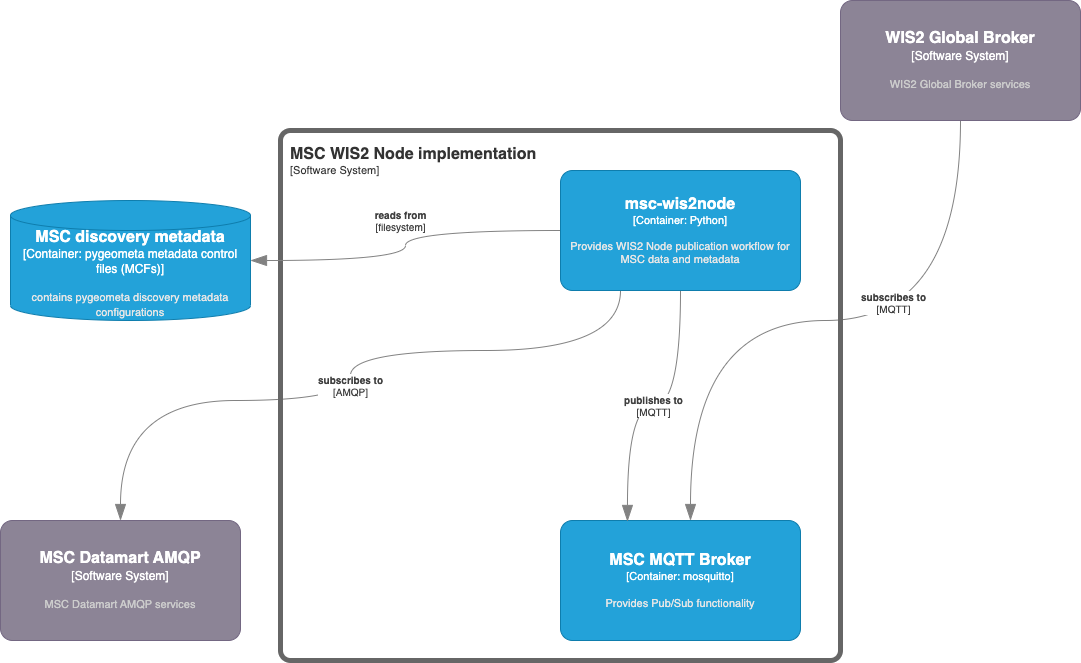
ECCC-MSC/msc-wis2node keeps this draw.io diagram as docs/architecture/c4-container.png. Above is the earlier version. Source tidied: cells renumbered, new cells last; positions are measured from the earlier drawing's top-left corner, leaving out a move shared by most shapes.
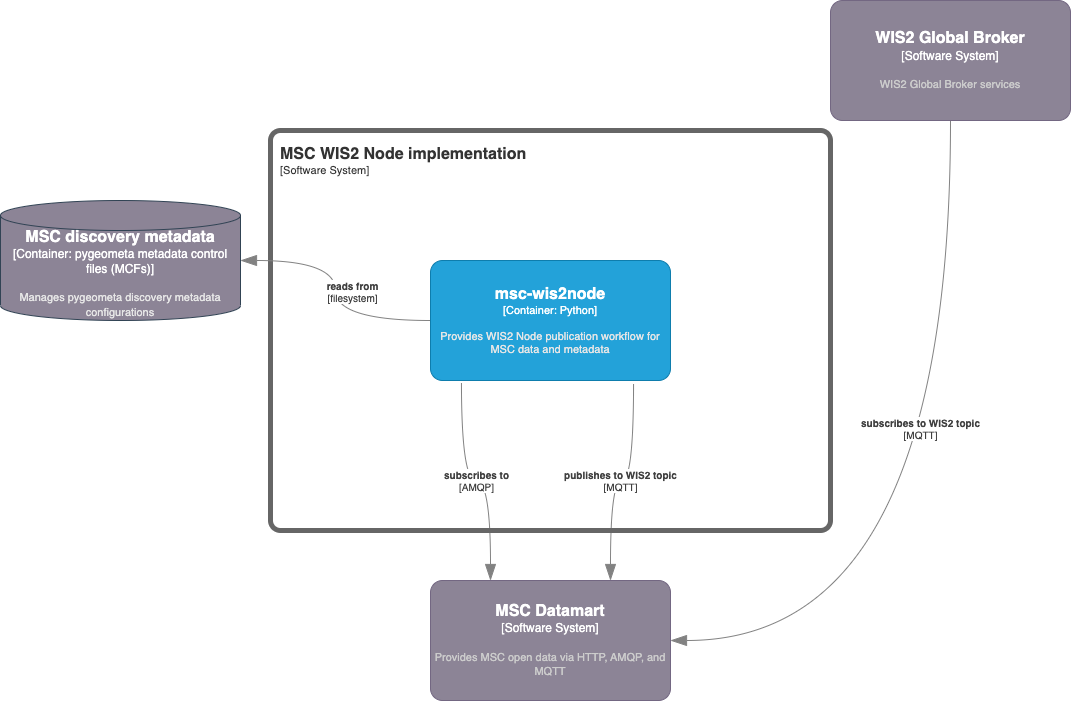
Above is the later version.

The edit, as a diff of the source:
```diff
@@ -2,32 +2,19 @@
   <root>
     <mxCell id="0" />
     <mxCell id="1" parent="0" />
-    <object id="2" label="&lt;font style=&quot;font-size: 16px&quot;&gt;&lt;b&gt;%c4Name%&lt;/b&gt;&lt;/font&gt;&lt;div&gt;[%c4Type%: %c4Technology%]&lt;/div&gt;&lt;br&gt;&lt;div&gt;&lt;font style=&quot;font-size: 11px&quot;&gt;&lt;font color=&quot;#E6E6E6&quot;&gt;%c4Description%&lt;/font&gt;&lt;/div&gt;" c4Description="Provides Pub/Sub functionality" c4Name="MSC MQTT Broker" c4Technology="mosquitto" c4Type="Container" placeholders="1">
-      <mxCell style="rounded=1;whiteSpace=wrap;html=1;fontSize=11;labelBackgroundColor=none;fillColor=#23A2D9;fontColor=#ffffff;align=center;arcSize=10;strokeColor=#0E7DAD;points=[[0.25,0,0],[0.5,0,0],[0.75,0,0],[1,0.25,0],[1,0.5,0],[1,0.75,0],[0.75,1,0],[0.5,1,0],[0.25,1,0],[0,0.75,0],[0,0.5,0],[0,0.25,0]];" parent="1" vertex="1">
-        <mxGeometry x="560" y="520" width="240" height="120" as="geometry" />
-      </mxCell>
-    </object>
     <object id="3" label="&lt;font style=&quot;font-size: 16px&quot;&gt;&lt;b&gt;%c4Name%&lt;/b&gt;&lt;/font&gt;&lt;div&gt;[%c4Type%: %c4Technology%]&lt;/div&gt;&lt;br&gt;&lt;div&gt;&lt;font style=&quot;font-size: 11px&quot;&gt;&lt;font color=&quot;#E6E6E6&quot;&gt;%c4Description%&lt;/font&gt;&lt;/div&gt;" c4Description="Provides WIS2 Node publication workflow for MSC data and metadata" c4Name="msc-wis2node" c4Technology="Python" c4Type="Container" placeholders="1">
       <mxCell style="rounded=1;whiteSpace=wrap;html=1;fontSize=11;labelBackgroundColor=none;fillColor=#23A2D9;fontColor=#ffffff;align=center;arcSize=10;strokeColor=#0E7DAD;points=[[0.25,0,0],[0.5,0,0],[0.75,0,0],[1,0.25,0],[1,0.5,0],[1,0.75,0],[0.75,1,0],[0.5,1,0],[0.25,1,0],[0,0.75,0],[0,0.5,0],[0,0.25,0]];" parent="1" vertex="1">
-        <mxGeometry x="560" y="170" width="240" height="120" as="geometry" />
+        <mxGeometry x="440" y="260" width="240" height="120" as="geometry" />
       </mxCell>
     </object>
-    <object id="4" label="&lt;font style=&quot;font-size: 16px&quot;&gt;&lt;b&gt;%c4Name%&lt;/b&gt;&lt;/font&gt;&lt;div&gt;[%c4Type%]&lt;/div&gt;&lt;br&gt;&lt;div&gt;&lt;font style=&quot;font-size: 11px&quot;&gt;&lt;font color=&quot;#cccccc&quot;&gt;%c4Description%&lt;/font&gt;&lt;/div&gt;" c4Description="MSC Datamart AMQP services" c4Name="MSC Datamart AMQP" c4Type="Software System" placeholders="1">
+    <object id="4" label="&lt;font style=&quot;font-size: 16px&quot;&gt;&lt;b&gt;%c4Name%&lt;/b&gt;&lt;/font&gt;&lt;div&gt;[%c4Type%]&lt;/div&gt;&lt;br&gt;&lt;div&gt;&lt;font style=&quot;font-size: 11px&quot;&gt;&lt;font color=&quot;#cccccc&quot;&gt;%c4Description%&lt;/font&gt;&lt;/div&gt;" c4Description="Provides MSC open data via HTTP, AMQP, and MQTT" c4Name="MSC Datamart" c4Type="Software System" placeholders="1">
       <mxCell style="rounded=1;whiteSpace=wrap;html=1;labelBackgroundColor=none;fillColor=#8C8496;fontColor=#ffffff;align=center;arcSize=10;strokeColor=#736782;points=[[0.25,0,0],[0.5,0,0],[0.75,0,0],[1,0.25,0],[1,0.5,0],[1,0.75,0],[0.75,1,0],[0.5,1,0],[0.25,1,0],[0,0.75,0],[0,0.5,0],[0,0.25,0]];" parent="1" vertex="1">
-        <mxGeometry y="520" width="240" height="120" as="geometry" />
+        <mxGeometry x="440" y="580" width="240" height="120" as="geometry" />
       </mxCell>
     </object>
     <object id="5" label="&lt;div style=&quot;text-align: left&quot;&gt;&lt;div style=&quot;text-align: center&quot;&gt;&lt;b&gt;%c4Description%&lt;/b&gt;&lt;/div&gt;&lt;div style=&quot;text-align: center&quot;&gt;[%c4Technology%]&lt;/div&gt;&lt;/div&gt;" c4Description="subscribes to" c4Technology="AMQP" c4Type="Relationship" placeholders="1">
-      <mxCell style="endArrow=blockThin;html=1;fontSize=10;fontColor=#404040;strokeWidth=1;endFill=1;strokeColor=#828282;elbow=vertical;endSize=14;startSize=14;jumpStyle=arc;jumpSize=16;rounded=0;edgeStyle=orthogonalEdgeStyle;exitX=0.25;exitY=1;exitDx=0;exitDy=0;exitPerimeter=0;curved=1;" parent="1" edge="1" source="3">
-        <mxGeometry relative="1" as="geometry">
-          <mxPoint x="120" y="520" as="targetPoint" />
-          <Array as="points">
-            <mxPoint x="620" y="350" />
-            <mxPoint x="350" y="350" />
-            <mxPoint x="350" y="400" />
-            <mxPoint x="120" y="400" />
-          </Array>
-        </mxGeometry>
+      <mxCell style="endArrow=blockThin;html=1;fontSize=10;fontColor=#404040;strokeWidth=1;endFill=1;strokeColor=#828282;elbow=vertical;endSize=14;startSize=14;jumpStyle=arc;jumpSize=16;rounded=0;edgeStyle=orthogonalEdgeStyle;exitX=0.129;exitY=1.017;exitDx=0;exitDy=0;exitPerimeter=0;curved=1;entryX=0.25;entryY=0;entryDx=0;entryDy=0;entryPerimeter=0;" parent="1" edge="1" source="3" target="4">
+        <mxGeometry relative="1" as="geometry" />
       </mxCell>
     </object>
     <object id="6" label="&lt;font style=&quot;font-size: 16px&quot;&gt;&lt;b&gt;%c4Name%&lt;/b&gt;&lt;/font&gt;&lt;div&gt;[%c4Type%]&lt;/div&gt;&lt;br&gt;&lt;div&gt;&lt;font style=&quot;font-size: 11px&quot;&gt;&lt;font color=&quot;#cccccc&quot;&gt;%c4Description%&lt;/font&gt;&lt;/div&gt;" c4Description="WIS2 Global Broker services" c4Name="WIS2 Global Broker" c4Type="Software System" placeholders="1">
@@ -35,30 +22,23 @@
         <mxGeometry x="840" width="240" height="120" as="geometry" />
       </mxCell>
     </object>
-    <object id="7" label="&lt;div style=&quot;text-align: left&quot;&gt;&lt;div style=&quot;text-align: center&quot;&gt;&lt;b&gt;%c4Description%&lt;/b&gt;&lt;/div&gt;&lt;div style=&quot;text-align: center&quot;&gt;[%c4Technology%]&lt;/div&gt;&lt;/div&gt;" c4Description="subscribes to" c4Technology="MQTT" c4Type="Relationship" placeholders="1">
-      <mxCell style="endArrow=blockThin;html=1;fontSize=10;fontColor=#404040;strokeWidth=1;endFill=1;strokeColor=#828282;elbow=vertical;endSize=14;startSize=14;jumpStyle=arc;jumpSize=16;rounded=0;edgeStyle=orthogonalEdgeStyle;exitX=0.5;exitY=1;exitDx=0;exitDy=0;exitPerimeter=0;curved=1;" parent="1" edge="1" source="6">
-        <mxGeometry x="-0.2" y="-18" relative="1" as="geometry">
-          <mxPoint x="690" y="520" as="targetPoint" />
-          <Array as="points">
-            <mxPoint x="960" y="320" />
-            <mxPoint x="690" y="320" />
-            <mxPoint x="690" y="520" />
-          </Array>
-        </mxGeometry>
+    <object id="7" label="&lt;div style=&quot;text-align: left&quot;&gt;&lt;div style=&quot;text-align: center&quot;&gt;&lt;b&gt;%c4Description%&lt;/b&gt;&lt;/div&gt;&lt;div style=&quot;text-align: center&quot;&gt;[%c4Technology%]&lt;/div&gt;&lt;/div&gt;" c4Description="subscribes to WIS2 topic" c4Technology="MQTT" c4Type="Relationship" placeholders="1">
+      <mxCell style="endArrow=blockThin;html=1;fontSize=10;fontColor=#404040;strokeWidth=1;endFill=1;strokeColor=#828282;elbow=vertical;endSize=14;startSize=14;jumpStyle=arc;jumpSize=16;rounded=0;edgeStyle=orthogonalEdgeStyle;exitX=0.5;exitY=1;exitDx=0;exitDy=0;exitPerimeter=0;curved=1;entryX=1;entryY=0.5;entryDx=0;entryDy=0;entryPerimeter=0;" parent="1" edge="1" source="6" target="4">
+        <mxGeometry x="-0.23" y="-30" relative="1" as="geometry" />
       </mxCell>
     </object>
-    <object id="8" label="&lt;div style=&quot;text-align: left&quot;&gt;&lt;div style=&quot;text-align: center&quot;&gt;&lt;b&gt;%c4Description%&lt;/b&gt;&lt;/div&gt;&lt;div style=&quot;text-align: center&quot;&gt;[%c4Technology%]&lt;/div&gt;&lt;/div&gt;" c4Description="publishes to" c4Technology="MQTT" c4Type="Relationship" placeholders="1">
-      <mxCell style="endArrow=blockThin;html=1;fontSize=10;fontColor=#404040;strokeWidth=1;endFill=1;strokeColor=#828282;elbow=vertical;endSize=14;startSize=14;jumpStyle=arc;jumpSize=16;rounded=0;edgeStyle=orthogonalEdgeStyle;exitX=0.5;exitY=1;exitDx=0;exitDy=0;exitPerimeter=0;entryX=0.279;entryY=0.008;entryDx=0;entryDy=0;entryPerimeter=0;curved=1;" parent="1" edge="1" source="3" target="2">
+    <object id="8" label="&lt;div style=&quot;text-align: left&quot;&gt;&lt;div style=&quot;text-align: center&quot;&gt;&lt;b&gt;%c4Description%&lt;/b&gt;&lt;/div&gt;&lt;div style=&quot;text-align: center&quot;&gt;[%c4Technology%]&lt;/div&gt;&lt;/div&gt;" c4Description="publishes to WIS2 topic" c4Technology="MQTT" c4Type="Relationship" placeholders="1">
+      <mxCell style="endArrow=blockThin;html=1;fontSize=10;fontColor=#404040;strokeWidth=1;endFill=1;strokeColor=#828282;elbow=vertical;endSize=14;startSize=14;jumpStyle=arc;jumpSize=16;rounded=0;edgeStyle=orthogonalEdgeStyle;exitX=0.846;exitY=1.025;exitDx=0;exitDy=0;exitPerimeter=0;entryX=0.75;entryY=0;entryDx=0;entryDy=0;entryPerimeter=0;curved=1;" parent="1" edge="1" source="3" target="4">
         <mxGeometry relative="1" as="geometry" />
       </mxCell>
     </object>
     <object id="9" label="&lt;font style=&quot;font-size: 16px&quot;&gt;&lt;b&gt;&lt;div style=&quot;text-align: left&quot;&gt;%c4Name%&lt;/div&gt;&lt;/b&gt;&lt;/font&gt;&lt;div style=&quot;text-align: left&quot;&gt;[%c4Application%]&lt;/div&gt;" c4Application="Software System" c4Name="MSC WIS2 Node implementation" c4Type="SystemScopeBoundary" placeholders="1">
       <mxCell style="rounded=1;fontSize=11;whiteSpace=wrap;html=1;arcSize=20;fillColor=none;strokeColor=#666666;fontColor=#333333;labelBackgroundColor=none;align=left;verticalAlign=top;labelBorderColor=none;spacingTop=0;spacing=10;perimeter=rectanglePerimeter;noLabel=0;labelPadding=0;absoluteArcSize=1;strokeWidth=5;" parent="1" vertex="1">
-        <mxGeometry x="280" y="130" width="560" height="530" as="geometry" />
+        <mxGeometry x="280" y="130" width="560" height="400" as="geometry" />
       </mxCell>
     </object>
-    <object id="10" label="&lt;font style=&quot;font-size: 16px&quot;&gt;&lt;b&gt;%c4Type%&lt;/b&gt;&lt;/font&gt;&lt;div&gt;[%c4Container%:&amp;nbsp;%c4Technology%]&lt;/div&gt;&lt;br&gt;&lt;div&gt;&lt;font style=&quot;font-size: 11px&quot;&gt;&lt;font color=&quot;#E6E6E6&quot;&gt;%c4Description%&lt;/font&gt;&lt;/div&gt;" c4Container="Container" c4Description="contains pygeometa discovery metadata configurations" c4Technology="pygeometa metadata control files (MCFs)" c4Type="MSC discovery metadata" placeholders="1">
-      <mxCell style="shape=cylinder3;size=15;whiteSpace=wrap;html=1;boundedLbl=1;rounded=0;labelBackgroundColor=none;fillColor=#23A2D9;fontSize=12;fontColor=#ffffff;align=center;strokeColor=#0E7DAD;points=[[0.5,0,0],[1,0.25,0],[1,0.5,0],[1,0.75,0],[0.5,1,0],[0,0.75,0],[0,0.5,0],[0,0.25,0]];" parent="1" vertex="1">
+    <object id="10" label="&lt;font style=&quot;font-size: 16px&quot;&gt;&lt;b&gt;%c4Type%&lt;/b&gt;&lt;/font&gt;&lt;div&gt;[%c4Container%:&amp;nbsp;%c4Technology%]&lt;/div&gt;&lt;br&gt;&lt;div&gt;&lt;font style=&quot;font-size: 11px&quot;&gt;&lt;font color=&quot;#E6E6E6&quot;&gt;%c4Description%&lt;/font&gt;&lt;/div&gt;" c4Container="Container" c4Description="Manages pygeometa discovery metadata configurations" c4Technology="pygeometa metadata control files (MCFs)" c4Type="MSC discovery metadata" placeholders="1">
+      <mxCell style="shape=cylinder3;size=15;whiteSpace=wrap;html=1;boundedLbl=1;rounded=0;labelBackgroundColor=none;fillColor=#8c8496;fontSize=12;align=center;strokeColor=#314354;points=[[0.5,0,0],[1,0.25,0],[1,0.5,0],[1,0.75,0],[0.5,1,0],[0,0.75,0],[0,0.5,0],[0,0.25,0]];fontColor=#ffffff;" parent="1" vertex="1">
         <mxGeometry x="10" y="200" width="240" height="120" as="geometry" />
       </mxCell>
     </object>
```
